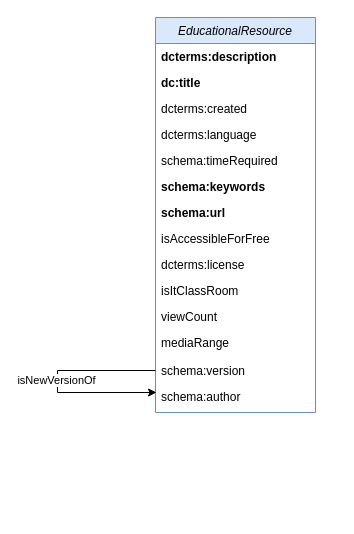
This is visualisations/EduRes_attributes.drawio from data-literacy-alliance/dalia-ontology, a draw.io file, before an edit. Source tidied: cells renumbered, new cells numbered last; positions are measured from the earlier drawing's top-left corner, leaving out a move shared by most shapes. Both pictures are drawn from the tidied source at 100%, with x=0, y=0 at pixel (57, 17).
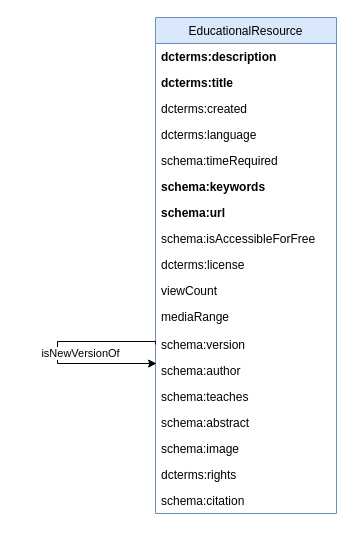
After the change.

Commit message (it also covers changes not shown here):
dcterms+4attribs+Vis

Change to the diagram source:
```diff
@@
-    <mxCell id="2" value="EducationalResource" style="swimlane;fontStyle=2;align=center;verticalAlign=top;horizontal=1;startSize=26;rounded=0;shadow=0;strokeWidth=1;fillColor=#dae8fc;strokeColor=#6c8ebf;" parent="1" vertex="1">
-      <mxGeometry x="98" width="160" height="395" as="geometry" />
+    <mxCell id="2" value="EducationalResource" style="swimlane;fontStyle=0;align=center;verticalAlign=top;horizontal=1;startSize=26;rounded=0;shadow=0;strokeWidth=1;fillColor=#dae8fc;strokeColor=#6c8ebf;" parent="1" vertex="1">
+      <mxGeometry x="98" width="181" height="496" as="geometry" />
     </mxCell>
     <mxCell id="3" value="dcterms:description" style="text;align=left;verticalAlign=top;spacingLeft=4;spacingRight=4;overflow=hidden;rounded=0;shadow=0;html=0;fontStyle=1;" parent="2" vertex="1">
-      <mxGeometry y="26" width="160" height="26" as="geometry" />
+      <mxGeometry y="26" width="181" height="26" as="geometry" />
     </mxCell>
-    <mxCell id="4" value="dc:title" style="text;align=left;verticalAlign=top;spacingLeft=4;spacingRight=4;overflow=hidden;rounded=0;shadow=0;html=0;fontStyle=1;" parent="2" vertex="1">
-      <mxGeometry y="52" width="160" height="26" as="geometry" />
+    <mxCell id="4" value="dcterms:title" style="text;align=left;verticalAlign=top;spacingLeft=4;spacingRight=4;overflow=hidden;rounded=0;shadow=0;html=0;fontStyle=1;" parent="2" vertex="1">
+      <mxGeometry y="52" width="181" height="26" as="geometry" />
     </mxCell>
     <mxCell id="5" value="dcterms:created" style="text;align=left;verticalAlign=top;spacingLeft=4;spacingRight=4;overflow=hidden;rounded=0;shadow=0;html=0;" parent="2" vertex="1">
-      <mxGeometry y="78" width="160" height="26" as="geometry" />
+      <mxGeometry y="78" width="181" height="26" as="geometry" />
     </mxCell>
     <mxCell id="6" value="dcterms:language" style="text;align=left;verticalAlign=top;spacingLeft=4;spacingRight=4;overflow=hidden;rounded=0;shadow=0;html=0;" parent="2" vertex="1">
-      <mxGeometry y="104" width="160" height="26" as="geometry" />
+      <mxGeometry y="104" width="181" height="26" as="geometry" />
     </mxCell>
     <mxCell id="7" value="schema:timeRequired" style="text;align=left;verticalAlign=top;spacingLeft=4;spacingRight=4;overflow=hidden;rounded=0;shadow=0;html=0;" parent="2" vertex="1">
-      <mxGeometry y="130" width="160" height="26" as="geometry" />
+      <mxGeometry y="130" width="181" height="26" as="geometry" />
     </mxCell>
     <mxCell id="8" value="schema:keywords" style="text;align=left;verticalAlign=top;spacingLeft=4;spacingRight=4;overflow=hidden;rounded=0;shadow=0;html=0;fontStyle=1;" parent="2" vertex="1">
-      <mxGeometry y="156" width="160" height="26" as="geometry" />
+      <mxGeometry y="156" width="181" height="26" as="geometry" />
     </mxCell>
     <mxCell id="9" value="schema:url" style="text;align=left;verticalAlign=top;spacingLeft=4;spacingRight=4;overflow=hidden;rounded=0;shadow=0;html=0;fontStyle=1;" parent="2" vertex="1">
-      <mxGeometry y="182" width="160" height="26" as="geometry" />
+      <mxGeometry y="182" width="181" height="26" as="geometry" />
     </mxCell>
-    <mxCell id="10" value="isAccessibleForFree" style="text;align=left;verticalAlign=top;spacingLeft=4;spacingRight=4;overflow=hidden;rounded=0;shadow=0;html=0;" parent="2" vertex="1">
-      <mxGeometry y="208" width="160" height="26" as="geometry" />
+    <mxCell id="10" value="schema:isAccessibleForFree" style="text;align=left;verticalAlign=top;spacingLeft=4;spacingRight=4;overflow=hidden;rounded=0;shadow=0;html=0;" parent="2" vertex="1">
+      <mxGeometry y="208" width="181" height="26" as="geometry" />
     </mxCell>
     <mxCell id="11" value="dcterms:license" style="text;align=left;verticalAlign=top;spacingLeft=4;spacingRight=4;overflow=hidden;rounded=0;shadow=0;html=0;" parent="2" vertex="1">
-      <mxGeometry y="234" width="160" height="26" as="geometry" />
+      <mxGeometry y="234" width="181" height="26" as="geometry" />
     </mxCell>
-    <mxCell id="12" value="isItClassRoom" style="text;align=left;verticalAlign=top;spacingLeft=4;spacingRight=4;overflow=hidden;rounded=0;shadow=0;html=0;" parent="2" vertex="1">
-      <mxGeometry y="260" width="160" height="26" as="geometry" />
-    </mxCell>
     <mxCell id="13" value="viewCount" style="text;align=left;verticalAlign=top;spacingLeft=4;spacingRight=4;overflow=hidden;rounded=0;shadow=0;html=0;" parent="2" vertex="1">
-      <mxGeometry y="286" width="160" height="26" as="geometry" />
+      <mxGeometry y="260" width="181" height="26" as="geometry" />
     </mxCell>
     <mxCell id="14" value="mediaRange" style="text;align=left;verticalAlign=top;spacingLeft=4;spacingRight=4;overflow=hidden;rounded=0;shadow=0;html=0;" parent="2" vertex="1">
-      <mxGeometry y="312" width="160" height="28" as="geometry" />
+      <mxGeometry y="286" width="181" height="28" as="geometry" />
     </mxCell>
     <mxCell id="15" style="edgeStyle=orthogonalEdgeStyle;rounded=0;jettySize=auto;html=1;exitX=0;exitY=0.5;exitDx=0;exitDy=0;" parent="2" edge="1" source="17">
       <mxGeometry relative="1" as="geometry">
-        <mxPoint x="1" y="375" as="targetPoint" />
+        <mxPoint x="1" y="346" as="targetPoint" />
         <Array as="points">
-          <mxPoint x="-98" y="353" />
+          <mxPoint y="324" />
+          <mxPoint x="-98" y="324" />
+          <mxPoint x="-98" y="346" />
         </Array>
       </mxGeometry>
     </mxCell>
     <mxCell id="16" value="isNewVersionOf" style="edgeLabel;html=1;align=center;verticalAlign=middle;" parent="15" vertex="1">
-      <mxGeometry x="-0.02" y="-2" relative="1" as="geometry" />
+      <mxGeometry x="-0.02" y="-2" relative="1" as="geometry">
+        <mxPoint x="24" y="3" as="offset" />
+      </mxGeometry>
     </mxCell>
     <mxCell id="17" value="schema:version" style="text;align=left;verticalAlign=top;spacingLeft=4;spacingRight=4;overflow=hidden;points=[[0,0.5],[1,0.5]];portConstraint=eastwest;rounded=0;shadow=0;html=0;" parent="2" vertex="1">
-      <mxGeometry y="340" width="160" height="26" as="geometry" />
+      <mxGeometry y="314" width="181" height="26" as="geometry" />
     </mxCell>
     <mxCell id="18" value="schema:author" style="text;align=left;verticalAlign=top;spacingLeft=4;spacingRight=4;overflow=hidden;rounded=0;shadow=0;html=0;" parent="2" vertex="1">
-      <mxGeometry y="366" width="160" height="26" as="geometry" />
+      <mxGeometry y="340" width="181" height="26" as="geometry" />
     </mxCell>
+    <mxCell id="19" value="schema:teaches" style="text;align=left;verticalAlign=top;spacingLeft=4;spacingRight=4;overflow=hidden;rounded=0;shadow=0;html=0;" parent="2" vertex="1">
+      <mxGeometry y="366" width="181" height="26" as="geometry" />
+    </mxCell>
+    <mxCell id="20" value="schema:abstract" style="text;align=left;verticalAlign=top;spacingLeft=4;spacingRight=4;overflow=hidden;rounded=0;shadow=0;html=0;" parent="2" vertex="1">
+      <mxGeometry y="392" width="181" height="26" as="geometry" />
+    </mxCell>
+    <mxCell id="21" value="schema:image" style="text;align=left;verticalAlign=top;spacingLeft=4;spacingRight=4;overflow=hidden;rounded=0;shadow=0;html=0;" parent="2" vertex="1">
+      <mxGeometry y="418" width="181" height="26" as="geometry" />
+    </mxCell>
+    <mxCell id="22" value="dcterms:rights" style="text;align=left;verticalAlign=top;spacingLeft=4;spacingRight=4;overflow=hidden;rounded=0;shadow=0;html=0;" parent="2" vertex="1">
+      <mxGeometry y="444" width="181" height="26" as="geometry" />
+    </mxCell>
+    <mxCell id="23" value="schema:citation" style="text;align=left;verticalAlign=top;spacingLeft=4;spacingRight=4;overflow=hidden;rounded=0;shadow=0;html=0;" parent="2" vertex="1">
+      <mxGeometry y="470" width="181" height="26" as="geometry" />
+    </mxCell>
```
